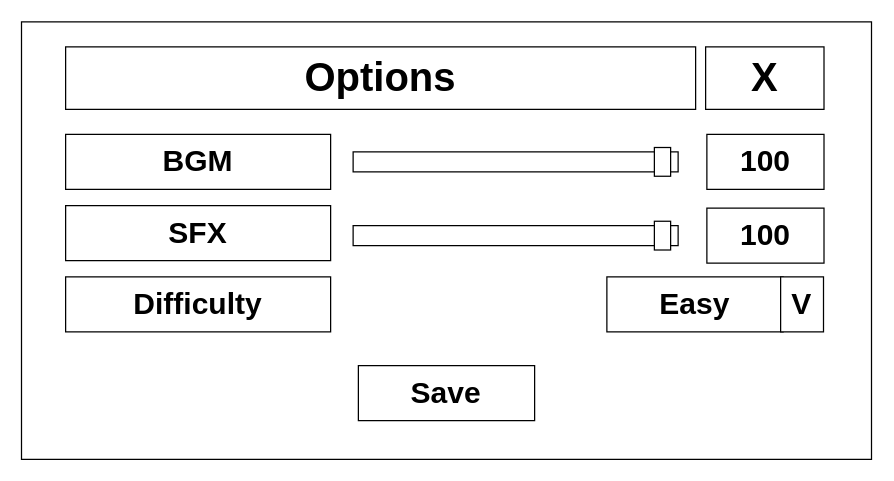
rif746/AlgosQuest keeps this draw.io diagram as page "OptionsUI" (5 of 16) of docs/Quest.drawio. Above is the earlier version. Source tidied: cells renumbered, new cells numbered last; positions are measured from the earlier drawing's top-left corner, leaving out a move shared by most shapes. Both pictures are drawn from the tidied source at 125%, with x=0, y=0 at pixel (21, 21).
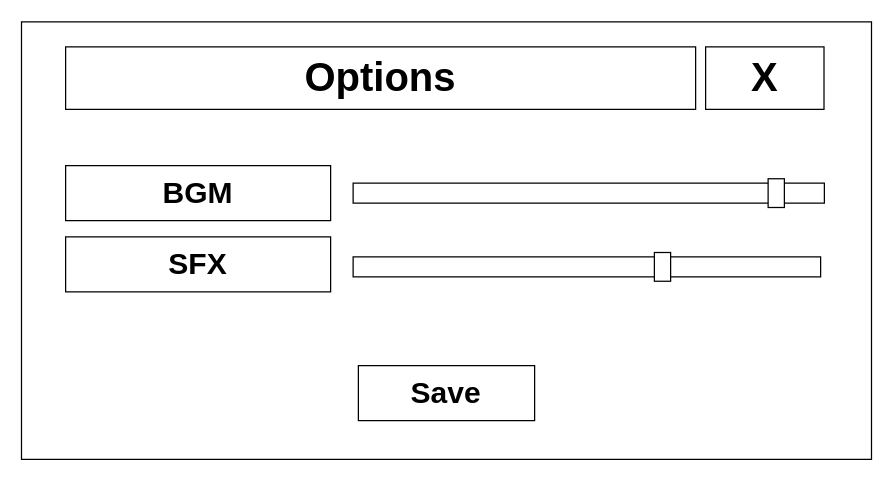
The same page after the edit.

Change to the diagram source:
```diff
@@
 <mxGraphModel>
   <root>
     <mxCell id="0" />
     <mxCell id="1" parent="0" />
     <mxCell id="2" style="rounded=0;whiteSpace=wrap;html=1;" parent="1" vertex="1">
       <mxGeometry x="-0.3" width="680" height="350" as="geometry" />
     </mxCell>
     <mxCell id="3" value="Options" style="rounded=0;whiteSpace=wrap;html=1;fontStyle=1;fontSize=32;" parent="1" vertex="1">
       <mxGeometry x="35" y="20" width="504" height="50" as="geometry" />
     </mxCell>
     <mxCell id="4" value="X" style="rounded=0;whiteSpace=wrap;html=1;fontStyle=1;fontSize=32;" parent="1" vertex="1">
       <mxGeometry x="547" y="20" width="94.7" height="50" as="geometry" />
     </mxCell>
     <mxCell id="5" value="BGM" style="rounded=0;whiteSpace=wrap;html=1;fontStyle=1;fontSize=24;" parent="1" vertex="1">
-      <mxGeometry x="35" y="90" width="212" height="44" as="geometry" />
+      <mxGeometry x="35" y="115" width="212" height="44" as="geometry" />
     </mxCell>
     <mxCell id="6" value="SFX" style="rounded=0;whiteSpace=wrap;html=1;fontStyle=1;fontSize=24;" parent="1" vertex="1">
-      <mxGeometry x="35" y="147" width="212" height="44" as="geometry" />
+      <mxGeometry x="35" y="172" width="212" height="44" as="geometry" />
     </mxCell>
-    <mxCell id="7" value="Difficulty" style="rounded=0;whiteSpace=wrap;html=1;fontStyle=1;fontSize=24;" parent="1" vertex="1">
-      <mxGeometry x="35" y="204" width="212" height="44" as="geometry" />
-    </mxCell>
     <mxCell id="8" style="rounded=0;whiteSpace=wrap;html=1;fontStyle=1;fontSize=24;" parent="1" vertex="1">
-      <mxGeometry x="265" y="104" width="260" height="16" as="geometry" />
+      <mxGeometry x="265" y="129" width="377" height="16" as="geometry" />
     </mxCell>
     <mxCell id="9" style="rounded=0;whiteSpace=wrap;html=1;fontStyle=1;fontSize=24;" parent="1" vertex="1">
-      <mxGeometry x="506" y="100.5" width="13" height="23" as="geometry" />
+      <mxGeometry x="597" y="125.5" width="13" height="23" as="geometry" />
     </mxCell>
-    <mxCell id="10" value="100" style="rounded=0;whiteSpace=wrap;html=1;fontStyle=1;fontSize=24;" parent="1" vertex="1">
-      <mxGeometry x="548" y="90" width="93.7" height="44" as="geometry" />
-    </mxCell>
     <mxCell id="11" style="rounded=0;whiteSpace=wrap;html=1;fontStyle=1;fontSize=24;" parent="1" vertex="1">
-      <mxGeometry x="265" y="163" width="260" height="16" as="geometry" />
+      <mxGeometry x="265" y="188" width="374" height="16" as="geometry" />
     </mxCell>
     <mxCell id="12" style="rounded=0;whiteSpace=wrap;html=1;fontStyle=1;fontSize=24;" parent="1" vertex="1">
-      <mxGeometry x="506" y="159.5" width="13" height="23" as="geometry" />
+      <mxGeometry x="506" y="184.5" width="13" height="23" as="geometry" />
     </mxCell>
-    <mxCell id="13" value="100" style="rounded=0;whiteSpace=wrap;html=1;fontStyle=1;fontSize=24;" parent="1" vertex="1">
-      <mxGeometry x="548" y="149" width="93.7" height="44" as="geometry" />
-    </mxCell>
-    <mxCell id="14" value="Easy" style="rounded=0;whiteSpace=wrap;html=1;fontStyle=1;fontSize=24;" parent="1" vertex="1">
-      <mxGeometry x="468" y="204" width="141" height="44" as="geometry" />
-    </mxCell>
-    <mxCell id="15" value="V" style="rounded=0;whiteSpace=wrap;html=1;fontStyle=1;fontSize=24;" parent="1" vertex="1">
-      <mxGeometry x="607" y="204" width="34.3" height="44" as="geometry" />
-    </mxCell>
     <mxCell id="16" value="Save" style="rounded=0;whiteSpace=wrap;html=1;fontStyle=1;fontSize=24;" parent="1" vertex="1">
       <mxGeometry x="269.2" y="275" width="141" height="44" as="geometry" />
     </mxCell>
   </root>
 </mxGraphModel>
```
